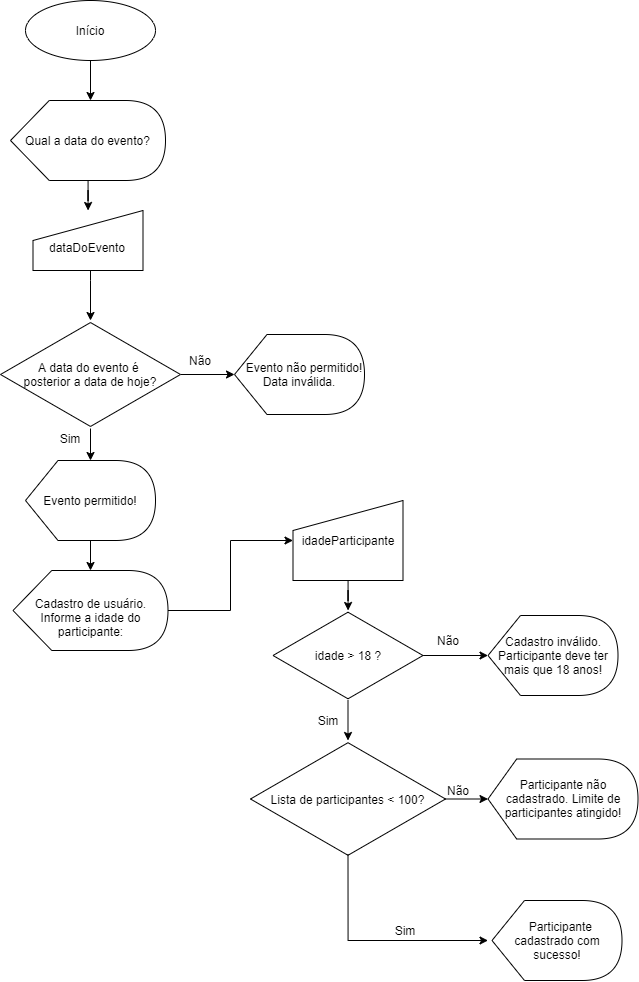
RaaMoraes/Senai-Full-Stack-UC8 keeps this draw.io diagram as Fluxograma-Raissa.png. Above is the earlier version. Source tidied: cells renumbered, new cells last; positions are measured from the earlier drawing's top-left corner, leaving out a move shared by most shapes. Its diagram source:
```xml
<mxGraphModel>
  <root>
    <mxCell id="0" />
    <mxCell id="1" parent="0" />
    <mxCell id="2" style="edgeStyle=orthogonalEdgeStyle;rounded=0;jettySize=auto;html=1;" parent="1" edge="1" source="3">
      <mxGeometry relative="1" as="geometry">
        <mxPoint x="90" y="100" as="targetPoint" />
      </mxGeometry>
    </mxCell>
    <mxCell id="3" value="Início" style="ellipse;whiteSpace=wrap;html=1;align=center;newEdgeStyle={&quot;edgeStyle&quot;:&quot;entityRelationEdgeStyle&quot;,&quot;startArrow&quot;:&quot;none&quot;,&quot;endArrow&quot;:&quot;none&quot;,&quot;segment&quot;:10,&quot;curved&quot;:1};" parent="1" vertex="1">
      <mxGeometry x="25" width="130" height="60" as="geometry" />
    </mxCell>
    <mxCell id="4" style="edgeStyle=orthogonalEdgeStyle;rounded=0;jettySize=auto;html=1;" parent="1" edge="1" source="5" target="24">
      <mxGeometry relative="1" as="geometry" />
    </mxCell>
    <mxCell id="5" value="Qual a data do evento?" style="shape=display;whiteSpace=wrap;html=1;" parent="1" vertex="1">
      <mxGeometry x="10" y="100" width="155" height="80" as="geometry" />
    </mxCell>
    <mxCell id="6" style="edgeStyle=orthogonalEdgeStyle;rounded=0;jettySize=auto;html=1;" parent="1" edge="1" source="8" target="11">
      <mxGeometry relative="1" as="geometry" />
    </mxCell>
    <mxCell id="7" style="edgeStyle=orthogonalEdgeStyle;rounded=0;jettySize=auto;html=1;" parent="1" edge="1" source="8" target="10">
      <mxGeometry relative="1" as="geometry" />
    </mxCell>
    <mxCell id="8" value="A data do evento é &lt;br&gt;posterior a data de hoje?" style="html=1;whiteSpace=wrap;shape=isoRectangle;" parent="1" vertex="1">
      <mxGeometry y="320" width="180" height="108" as="geometry" />
    </mxCell>
    <mxCell id="9" style="edgeStyle=orthogonalEdgeStyle;rounded=0;jettySize=auto;html=1;" parent="1" edge="1" source="10" target="26">
      <mxGeometry relative="1" as="geometry" />
    </mxCell>
    <mxCell id="10" value="Evento permitido!" style="shape=display;whiteSpace=wrap;html=1;" parent="1" vertex="1">
      <mxGeometry x="25" y="460" width="130" height="80" as="geometry" />
    </mxCell>
    <mxCell id="11" value="&amp;nbsp; &amp;nbsp;Evento não permitido! Data inválida." style="shape=display;whiteSpace=wrap;html=1;" parent="1" vertex="1">
      <mxGeometry x="234" y="334" width="130" height="80" as="geometry" />
    </mxCell>
    <mxCell id="12" value="Sim&lt;span style=&quot;color: rgba(0 , 0 , 0 , 0) ; font-family: monospace ; font-size: 0px&quot;&gt;%3CmxGraphModel%3E%3Croot%3E%3CmxCell%20id%3D%220%22%2F%3E%3CmxCell%20id%3D%221%22%20parent%3D%220%22%2F%3E%3CmxCell%20id%3D%222%22%20value%3D%22Evento%20permitido!%22%20style%3D%22shape%3Ddisplay%3BwhiteSpace%3Dwrap%3Bhtml%3D1%3B%22%20vertex%3D%221%22%20parent%3D%221%22%3E%3CmxGeometry%20x%3D%2275%22%20y%3D%22260%22%20width%3D%22130%22%20height%3D%2280%22%20as%3D%22geometry%22%2F%3E%3C%2FmxCell%3E%3C%2Froot%3E%3C%2FmxGraphModel%3E&lt;/span&gt;" style="text;html=1;strokeColor=none;fillColor=none;align=center;verticalAlign=middle;whiteSpace=wrap;rounded=0;" parent="1" vertex="1">
      <mxGeometry x="50" y="428" width="40" height="20" as="geometry" />
    </mxCell>
    <mxCell id="13" value="Não" style="text;html=1;strokeColor=none;fillColor=none;align=center;verticalAlign=middle;whiteSpace=wrap;rounded=0;" parent="1" vertex="1">
      <mxGeometry x="180" y="350" width="40" height="20" as="geometry" />
    </mxCell>
    <mxCell id="14" style="edgeStyle=orthogonalEdgeStyle;rounded=0;jettySize=auto;html=1;" parent="1" edge="1" source="15" target="18">
      <mxGeometry relative="1" as="geometry" />
    </mxCell>
    <mxCell id="15" value="idadeParticipante" style="shape=manualInput;whiteSpace=wrap;html=1;" parent="1" vertex="1">
      <mxGeometry x="292.5" y="500" width="110" height="80" as="geometry" />
    </mxCell>
    <mxCell id="16" style="edgeStyle=orthogonalEdgeStyle;rounded=0;jettySize=auto;html=1;" parent="1" edge="1" source="18" target="20">
      <mxGeometry relative="1" as="geometry" />
    </mxCell>
    <mxCell id="17" style="edgeStyle=orthogonalEdgeStyle;rounded=0;jettySize=auto;html=1;" parent="1" edge="1" source="18" target="28">
      <mxGeometry relative="1" as="geometry" />
    </mxCell>
    <mxCell id="18" value="idade &amp;gt; 18 ?" style="html=1;whiteSpace=wrap;shape=isoRectangle;" parent="1" vertex="1">
      <mxGeometry x="272.5" y="610" width="150" height="90" as="geometry" />
    </mxCell>
    <mxCell id="19" value="&amp;nbsp; Participante cadastrado com sucesso!" style="shape=display;whiteSpace=wrap;html=1;" parent="1" vertex="1">
      <mxGeometry x="491.5" y="900" width="130" height="80" as="geometry" />
    </mxCell>
    <mxCell id="20" value="Cadastro inválido. Participante deve ter mais que 18 anos!" style="shape=display;whiteSpace=wrap;html=1;" parent="1" vertex="1">
      <mxGeometry x="487.5" y="615" width="130" height="80" as="geometry" />
    </mxCell>
    <mxCell id="21" value="Sim&lt;span style=&quot;color: rgba(0 , 0 , 0 , 0) ; font-family: monospace ; font-size: 0px&quot;&gt;%3CmxGraphModel%3E%3Croot%3E%3CmxCell%20id%3D%220%22%2F%3E%3CmxCell%20id%3D%221%22%20parent%3D%220%22%2F%3E%3CmxCell%20id%3D%222%22%20value%3D%22Evento%20permitido!%22%20style%3D%22shape%3Ddisplay%3BwhiteSpace%3Dwrap%3Bhtml%3D1%3B%22%20vertex%3D%221%22%20parent%3D%221%22%3E%3CmxGeometry%20x%3D%2275%22%20y%3D%22260%22%20width%3D%22130%22%20height%3D%2280%22%20as%3D%22geometry%22%2F%3E%3C%2FmxCell%3E%3C%2Froot%3E%3C%2FmxGraphModel%3E&lt;/span&gt;" style="text;html=1;strokeColor=none;fillColor=none;align=center;verticalAlign=middle;whiteSpace=wrap;rounded=0;" parent="1" vertex="1">
      <mxGeometry x="385" y="920" width="40" height="20" as="geometry" />
    </mxCell>
    <mxCell id="22" value="Não" style="text;html=1;strokeColor=none;fillColor=none;align=center;verticalAlign=middle;whiteSpace=wrap;rounded=0;" parent="1" vertex="1">
      <mxGeometry x="427.5" y="630" width="40" height="20" as="geometry" />
    </mxCell>
    <mxCell id="23" style="edgeStyle=orthogonalEdgeStyle;rounded=0;jettySize=auto;html=1;" parent="1" edge="1" source="24" target="8">
      <mxGeometry relative="1" as="geometry">
        <Array as="points">
          <mxPoint x="90" y="280" />
          <mxPoint x="90" y="280" />
        </Array>
      </mxGeometry>
    </mxCell>
    <mxCell id="24" value="&lt;br&gt;dataDoEvento" style="shape=manualInput;whiteSpace=wrap;html=1;" parent="1" vertex="1">
      <mxGeometry x="32.5" y="210" width="110" height="60" as="geometry" />
    </mxCell>
    <mxCell id="25" style="edgeStyle=orthogonalEdgeStyle;rounded=0;jettySize=auto;html=1;" parent="1" edge="1" source="26" target="15">
      <mxGeometry relative="1" as="geometry" />
    </mxCell>
    <mxCell id="26" value="&lt;br&gt;Cadastro de usuário. Informe a idade do participante:" style="shape=display;whiteSpace=wrap;html=1;" parent="1" vertex="1">
      <mxGeometry x="12.5" y="570" width="155" height="80" as="geometry" />
    </mxCell>
    <mxCell id="27" style="edgeStyle=orthogonalEdgeStyle;rounded=0;jettySize=auto;html=1;" parent="1" edge="1" source="28" target="29">
      <mxGeometry relative="1" as="geometry" />
    </mxCell>
    <mxCell id="28" value="Lista de participantes &amp;lt; 100?" style="html=1;whiteSpace=wrap;shape=isoRectangle;" parent="1" vertex="1">
      <mxGeometry x="250" y="740" width="195" height="117" as="geometry" />
    </mxCell>
    <mxCell id="29" value="Participante não cadastrado. Limite de participantes atingido!" style="shape=display;whiteSpace=wrap;html=1;size=0.19117647058823528;" parent="1" vertex="1">
      <mxGeometry x="487.5" y="758.5" width="150" height="80" as="geometry" />
    </mxCell>
    <mxCell id="30" style="edgeStyle=orthogonalEdgeStyle;rounded=0;jettySize=auto;html=1;exitX=0.5;exitY=0.974;exitDx=0;exitDy=0;exitPerimeter=0;" parent="1" edge="1" source="28">
      <mxGeometry relative="1" as="geometry">
        <mxPoint x="487.5" y="940" as="targetPoint" />
        <Array as="points">
          <mxPoint x="347.5" y="940" />
        </Array>
      </mxGeometry>
    </mxCell>
    <mxCell id="31" value="Não" style="text;html=1;strokeColor=none;fillColor=none;align=center;verticalAlign=middle;whiteSpace=wrap;rounded=0;" parent="1" vertex="1">
      <mxGeometry x="437.5" y="780" width="40" height="20" as="geometry" />
    </mxCell>
    <mxCell id="32" value="Sim" style="text;html=1;strokeColor=none;fillColor=none;align=center;verticalAlign=middle;whiteSpace=wrap;rounded=0;" parent="1" vertex="1">
      <mxGeometry x="307.5" y="710" width="40" height="20" as="geometry" />
    </mxCell>
  </root>
</mxGraphModel>
```
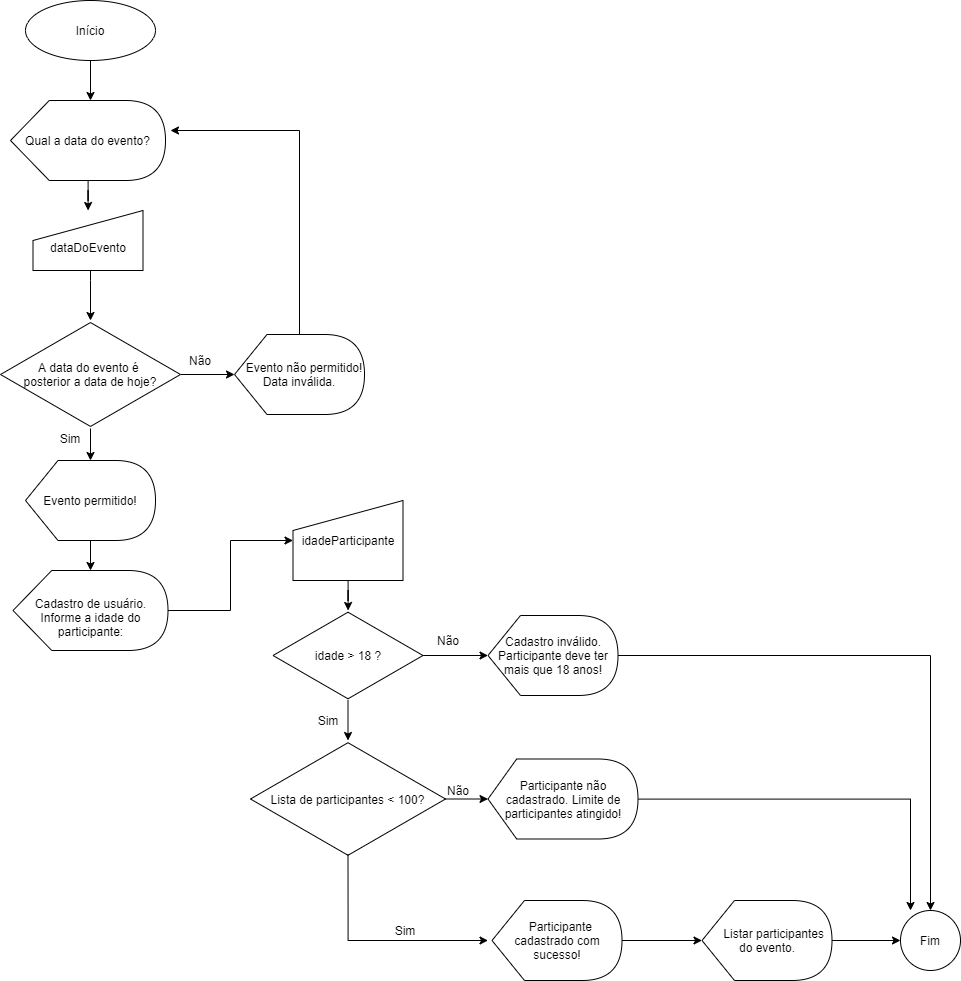
After the commit.

What changed in the source:
```diff
@@ -31,6 +31,14 @@
     <mxCell id="10" value="Evento permitido!" style="shape=display;whiteSpace=wrap;html=1;" parent="1" vertex="1">
       <mxGeometry x="25" y="460" width="130" height="80" as="geometry" />
     </mxCell>
+    <mxCell id="33" style="edgeStyle=orthogonalEdgeStyle;rounded=0;jettySize=auto;html=1;" parent="1" edge="1" source="11">
+      <mxGeometry relative="1" as="geometry">
+        <mxPoint x="170" y="130" as="targetPoint" />
+        <Array as="points">
+          <mxPoint x="299" y="130" />
+        </Array>
+      </mxGeometry>
+    </mxCell>
     <mxCell id="11" value="&amp;nbsp; &amp;nbsp;Evento não permitido! Data inválida." style="shape=display;whiteSpace=wrap;html=1;" parent="1" vertex="1">
       <mxGeometry x="234" y="334" width="130" height="80" as="geometry" />
     </mxCell>
@@ -55,9 +63,15 @@
     <mxCell id="18" value="idade &amp;gt; 18 ?" style="html=1;whiteSpace=wrap;shape=isoRectangle;" parent="1" vertex="1">
       <mxGeometry x="272.5" y="610" width="150" height="90" as="geometry" />
     </mxCell>
+    <mxCell id="34" style="edgeStyle=orthogonalEdgeStyle;rounded=0;jettySize=auto;html=1;" parent="1" edge="1" source="19" target="38">
+      <mxGeometry relative="1" as="geometry" />
+    </mxCell>
     <mxCell id="19" value="&amp;nbsp; Participante cadastrado com sucesso!" style="shape=display;whiteSpace=wrap;html=1;" parent="1" vertex="1">
       <mxGeometry x="491.5" y="900" width="130" height="80" as="geometry" />
     </mxCell>
+    <mxCell id="35" style="edgeStyle=orthogonalEdgeStyle;rounded=0;jettySize=auto;html=1;entryX=0.5;entryY=0;entryDx=0;entryDy=0;" parent="1" edge="1" source="20" target="39">
+      <mxGeometry relative="1" as="geometry" />
+    </mxCell>
     <mxCell id="20" value="Cadastro inválido. Participante deve ter mais que 18 anos!" style="shape=display;whiteSpace=wrap;html=1;" parent="1" vertex="1">
       <mxGeometry x="487.5" y="615" width="130" height="80" as="geometry" />
     </mxCell>
@@ -90,6 +104,11 @@
     <mxCell id="28" value="Lista de participantes &amp;lt; 100?" style="html=1;whiteSpace=wrap;shape=isoRectangle;" parent="1" vertex="1">
       <mxGeometry x="250" y="740" width="195" height="117" as="geometry" />
     </mxCell>
+    <mxCell id="36" style="edgeStyle=orthogonalEdgeStyle;rounded=0;jettySize=auto;html=1;" parent="1" edge="1" source="29">
+      <mxGeometry relative="1" as="geometry">
+        <mxPoint x="910" y="910" as="targetPoint" />
+      </mxGeometry>
+    </mxCell>
     <mxCell id="29" value="Participante não cadastrado. Limite de participantes atingido!" style="shape=display;whiteSpace=wrap;html=1;size=0.19117647058823528;" parent="1" vertex="1">
       <mxGeometry x="487.5" y="758.5" width="150" height="80" as="geometry" />
     </mxCell>
@@ -107,5 +126,14 @@
     <mxCell id="32" value="Sim" style="text;html=1;strokeColor=none;fillColor=none;align=center;verticalAlign=middle;whiteSpace=wrap;rounded=0;" parent="1" vertex="1">
       <mxGeometry x="307.5" y="710" width="40" height="20" as="geometry" />
     </mxCell>
+    <mxCell id="37" style="edgeStyle=orthogonalEdgeStyle;rounded=0;jettySize=auto;html=1;" parent="1" edge="1" source="38" target="39">
+      <mxGeometry relative="1" as="geometry" />
+    </mxCell>
+    <mxCell id="38" value="&amp;nbsp; &amp;nbsp; Listar participantes do evento." style="shape=display;whiteSpace=wrap;html=1;" parent="1" vertex="1">
+      <mxGeometry x="701.5" y="900" width="130" height="80" as="geometry" />
+    </mxCell>
+    <mxCell id="39" value="Fim" style="ellipse;whiteSpace=wrap;html=1;" parent="1" vertex="1">
+      <mxGeometry x="900" y="910" width="60" height="60" as="geometry" />
+    </mxCell>
   </root>
 </mxGraphModel>
```
